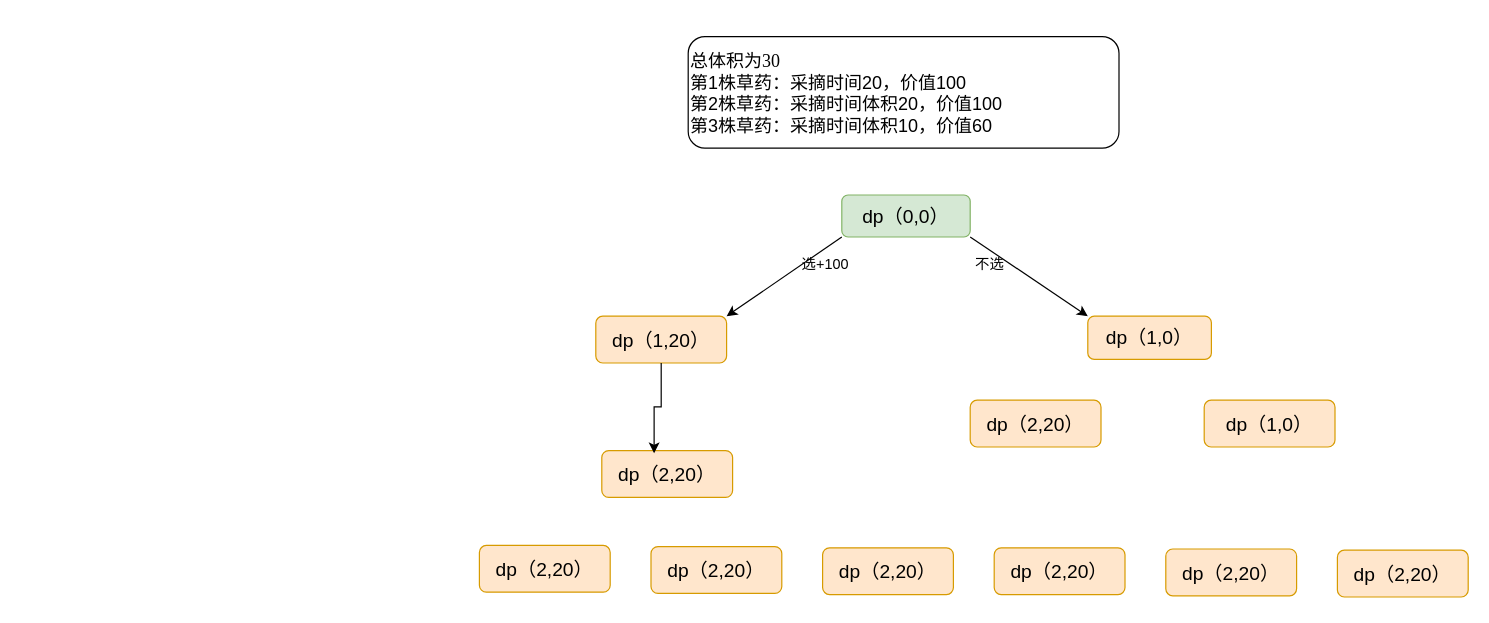
Earlier version of the draw.io diagram 20230624.drawio (1804040636/picgo). Source tidied: cells renumbered, new cells numbered last; positions are measured from the earlier drawing's top-left corner, leaving out a move shared by most shapes. Both pictures are drawn from the tidied source at 120%, with x=0, y=0 at pixel (479, 36).
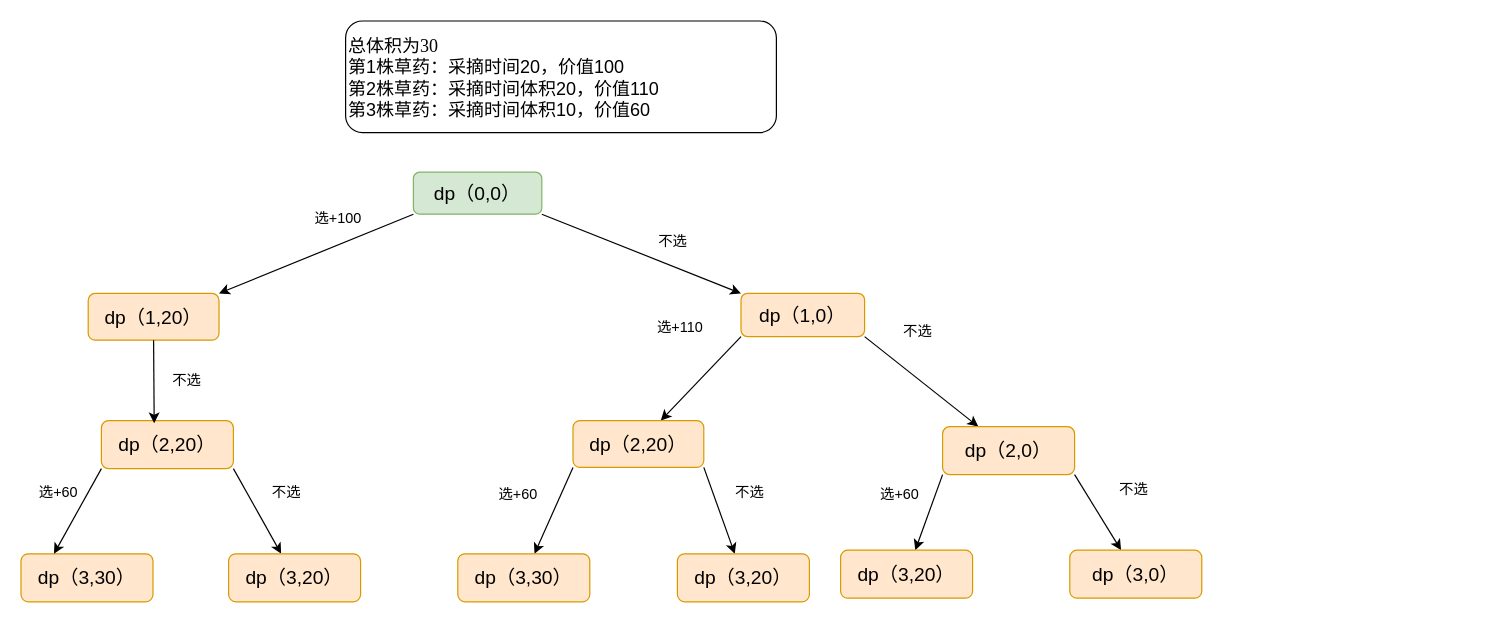
The same diagram, later.

What changed in the source:
```diff
@@
     <mxCell id="4" value="&lt;font style=&quot;font-size: 16px;&quot;&gt;dp（0,0）&lt;/font&gt;" style="rounded=1;whiteSpace=wrap;html=1;fillColor=#d5e8d4;strokeColor=#82b366;" parent="1" vertex="1">
-      <mxGeometry x="302" y="132" width="107" height="35" as="geometry" />
+      <mxGeometry x="-55" y="113" width="107" height="35" as="geometry" />
     </mxCell>
     <mxCell id="5" value="&lt;font style=&quot;font-size: 16px;&quot;&gt;dp（1,20）&lt;/font&gt;" style="rounded=1;whiteSpace=wrap;html=1;fillColor=#ffe6cc;strokeColor=#d79b00;" parent="1" vertex="1">
-      <mxGeometry x="97" y="233" width="109" height="39" as="geometry" />
+      <mxGeometry x="-326" y="214" width="109" height="39" as="geometry" />
     </mxCell>
+    <mxCell id="20" style="rounded=0;jettySize=auto;html=1;exitX=0;exitY=1;exitDx=0;exitDy=0;" parent="1" edge="1" source="6" target="11">
+      <mxGeometry relative="1" as="geometry" />
+    </mxCell>
+    <mxCell id="21" style="rounded=0;jettySize=auto;html=1;exitX=1;exitY=1;exitDx=0;exitDy=0;" parent="1" edge="1" source="6" target="12">
+      <mxGeometry relative="1" as="geometry" />
+    </mxCell>
     <mxCell id="6" value="&lt;font style=&quot;font-size: 16px;&quot;&gt;dp（1,0）&lt;/font&gt;" style="rounded=1;whiteSpace=wrap;html=1;fillColor=#ffe6cc;strokeColor=#d79b00;" parent="1" vertex="1">
-      <mxGeometry x="507" y="233" width="103" height="36" as="geometry" />
+      <mxGeometry x="218" y="214" width="103" height="36" as="geometry" />
     </mxCell>
-    <mxCell id="7" value="&lt;div&gt;&lt;font face=&quot;Times New Roman&quot;&gt;总体积为30&lt;/font&gt;&lt;/div&gt;&lt;font face=&quot;YaJ0R3QCzbP8KVSOE0K6&quot; style=&quot;font-size: 15px;&quot;&gt;第1株草药：采摘时间20，价值100&lt;br&gt;&lt;/font&gt;&lt;div style=&quot;font-size: 15px;&quot;&gt;&lt;font face=&quot;YaJ0R3QCzbP8KVSOE0K6&quot;&gt;&lt;span style=&quot;background-color: initial;&quot;&gt;第2株草药&lt;/span&gt;&lt;font style=&quot;font-size: 15px;&quot;&gt;：&lt;/font&gt;&lt;span style=&quot;background-color: initial;&quot;&gt;采摘时间&lt;/span&gt;&lt;span style=&quot;background-color: initial;&quot;&gt;体积20，价值100&lt;/span&gt;&lt;/font&gt;&lt;/div&gt;&lt;div style=&quot;font-size: 15px;&quot;&gt;&lt;font face=&quot;YaJ0R3QCzbP8KVSOE0K6&quot;&gt;&lt;span style=&quot;background-color: initial;&quot;&gt;第3株草药&lt;/span&gt;&lt;font style=&quot;font-size: 15px;&quot;&gt;：&lt;/font&gt;&lt;span style=&quot;background-color: initial;&quot;&gt;采摘时间&lt;/span&gt;&lt;span style=&quot;background-color: initial;&quot;&gt;体积10，价值60&lt;/span&gt;&lt;/font&gt;&lt;/div&gt;" style="rounded=1;whiteSpace=wrap;html=1;align=left;fontSize=15;" parent="1" vertex="1">
-      <mxGeometry x="174" width="359" height="93" as="geometry" />
+    <mxCell id="7" value="&lt;div&gt;&lt;font face=&quot;Times New Roman&quot;&gt;总体积为30&lt;/font&gt;&lt;/div&gt;&lt;font face=&quot;YaJ0R3QCzbP8KVSOE0K6&quot; style=&quot;font-size: 15px;&quot;&gt;第1株草药：采摘时间20，价值100&lt;br&gt;&lt;/font&gt;&lt;div style=&quot;font-size: 15px;&quot;&gt;&lt;font face=&quot;YaJ0R3QCzbP8KVSOE0K6&quot;&gt;&lt;span style=&quot;background-color: initial;&quot;&gt;第2株草药&lt;/span&gt;&lt;font style=&quot;font-size: 15px;&quot;&gt;：&lt;/font&gt;&lt;span style=&quot;background-color: initial;&quot;&gt;采摘时间&lt;/span&gt;&lt;span style=&quot;background-color: initial;&quot;&gt;体积20，价值110&lt;/span&gt;&lt;/font&gt;&lt;/div&gt;&lt;div style=&quot;font-size: 15px;&quot;&gt;&lt;font face=&quot;YaJ0R3QCzbP8KVSOE0K6&quot;&gt;&lt;span style=&quot;background-color: initial;&quot;&gt;第3株草药&lt;/span&gt;&lt;font style=&quot;font-size: 15px;&quot;&gt;：&lt;/font&gt;&lt;span style=&quot;background-color: initial;&quot;&gt;采摘时间&lt;/span&gt;&lt;span style=&quot;background-color: initial;&quot;&gt;体积10，价值60&lt;/span&gt;&lt;/font&gt;&lt;/div&gt;" style="rounded=1;whiteSpace=wrap;html=1;align=left;fontSize=15;" parent="1" vertex="1">
+      <mxGeometry x="-111.5" y="-13" width="359" height="93" as="geometry" />
     </mxCell>
     <mxCell id="8" value="选+100" style="text;html=1;align=center;verticalAlign=middle;strokeColor=none;fillColor=none;" parent="1" vertex="1">
-      <mxGeometry x="259" y="177" width="57" height="26" as="geometry" />
+      <mxGeometry x="-147" y="139" width="57" height="26" as="geometry" />
     </mxCell>
     <mxCell id="9" value="不选" style="text;html=1;align=center;verticalAlign=middle;strokeColor=none;fillColor=none;" parent="1" vertex="1">
-      <mxGeometry x="404" y="177" width="42" height="26" as="geometry" />
+      <mxGeometry x="140" y="158" width="42" height="26" as="geometry" />
     </mxCell>
+    <mxCell id="22" style="rounded=0;jettySize=auto;html=1;exitX=1;exitY=1;exitDx=0;exitDy=0;" parent="1" edge="1" source="10" target="15">
+      <mxGeometry relative="1" as="geometry" />
+    </mxCell>
     <mxCell id="10" value="&lt;font style=&quot;font-size: 16px;&quot;&gt;dp（2,20）&lt;/font&gt;" style="rounded=1;whiteSpace=wrap;html=1;fillColor=#ffe6cc;strokeColor=#d79b00;" parent="1" vertex="1">
-      <mxGeometry x="102" y="345" width="109" height="39" as="geometry" />
+      <mxGeometry x="-315" y="320" width="110" height="40" as="geometry" />
     </mxCell>
+    <mxCell id="23" style="rounded=0;jettySize=auto;html=1;exitX=0;exitY=1;exitDx=0;exitDy=0;" parent="1" edge="1" source="11" target="16">
+      <mxGeometry relative="1" as="geometry" />
+    </mxCell>
+    <mxCell id="24" style="rounded=0;jettySize=auto;html=1;exitX=1;exitY=1;exitDx=0;exitDy=0;" parent="1" edge="1" source="11" target="17">
+      <mxGeometry relative="1" as="geometry" />
+    </mxCell>
-    <mxCell id="11" value="&lt;font style=&quot;font-size: 16px;&quot;&gt;dp（2,20）&lt;/font&gt;" style="rounded=1;whiteSpace=wrap;html=1;fillColor=#ffe6cc;strokeColor=#d79b00;" parent="1" vertex="1">
-      <mxGeometry x="409" y="303" width="109" height="39" as="geometry" />
+    <mxCell id="11" value="&lt;font style=&quot;font-size: 16px;&quot;&gt;dp（2,20）&lt;/font&gt;" style="rounded=1;whiteSpace=wrap;html=1;fillColor=#ffe6cc;strokeColor=#d79b00;flipV=1;" parent="1" vertex="1">
+      <mxGeometry x="78" y="320" width="109" height="39" as="geometry" />
     </mxCell>
+    <mxCell id="25" style="rounded=0;jettySize=auto;html=1;exitX=0;exitY=1;exitDx=0;exitDy=0;" parent="1" edge="1" source="12" target="18">
+      <mxGeometry relative="1" as="geometry" />
+    </mxCell>
+    <mxCell id="26" style="rounded=0;jettySize=auto;html=1;exitX=1;exitY=1;exitDx=0;exitDy=0;" parent="1" edge="1" source="12" target="19">
+      <mxGeometry relative="1" as="geometry" />
+    </mxCell>
-    <mxCell id="12" value="&lt;font style=&quot;font-size: 16px;&quot;&gt;dp（1,0）&lt;/font&gt;" style="rounded=1;whiteSpace=wrap;html=1;fillColor=#ffe6cc;strokeColor=#d79b00;" parent="1" vertex="1">
-      <mxGeometry x="604" y="303" width="109" height="39" as="geometry" />
+    <mxCell id="12" value="&lt;font style=&quot;font-size: 16px;&quot;&gt;dp（2,0）&lt;/font&gt;" style="rounded=1;whiteSpace=wrap;html=1;fillColor=#ffe6cc;strokeColor=#d79b00;flipV=1;" parent="1" vertex="1">
+      <mxGeometry x="386" y="325" width="110" height="40" as="geometry" />
     </mxCell>
-    <mxCell id="13" style="edgeStyle=orthogonalEdgeStyle;rounded=0;jettySize=auto;html=1;exitX=0.5;exitY=1;exitDx=0;exitDy=0;entryX=0.4;entryY=0.056;entryDx=0;entryDy=0;entryPerimeter=0;" parent="1" edge="1" source="5" target="10">
+    <mxCell id="13" style="rounded=0;jettySize=auto;html=1;exitX=0.5;exitY=1;exitDx=0;exitDy=0;entryX=0.4;entryY=0.056;entryDx=0;entryDy=0;entryPerimeter=0;" parent="1" edge="1" source="5" target="10">
       <mxGeometry relative="1" as="geometry" />
     </mxCell>
+    <mxCell id="27" value="不选" style="text;html=1;align=center;verticalAlign=middle;strokeColor=none;fillColor=none;" parent="1" vertex="1">
+      <mxGeometry x="-265" y="274" width="42" height="26" as="geometry" />
+    </mxCell>
-    <mxCell id="14" value="&lt;font style=&quot;font-size: 16px;&quot;&gt;dp（2,20）&lt;/font&gt;" style="rounded=1;whiteSpace=wrap;html=1;fillColor=#ffe6cc;strokeColor=#d79b00;" parent="1" vertex="1">
-      <mxGeometry y="424" width="109" height="39" as="geometry" />
+    <mxCell id="14" value="&lt;font style=&quot;font-size: 16px;&quot;&gt;dp（3,30）&lt;/font&gt;" style="rounded=1;whiteSpace=wrap;html=1;fillColor=#ffe6cc;strokeColor=#d79b00;align=center;flipH=1;flipV=1;" parent="1" vertex="1">
+      <mxGeometry x="-382" y="431" width="110" height="40" as="geometry" />
     </mxCell>
-    <mxCell id="15" value="&lt;font style=&quot;font-size: 16px;&quot;&gt;dp（2,20）&lt;/font&gt;" style="rounded=1;whiteSpace=wrap;html=1;fillColor=#ffe6cc;strokeColor=#d79b00;" parent="1" vertex="1">
-      <mxGeometry x="143" y="425" width="109" height="39" as="geometry" />
+    <mxCell id="15" value="&lt;font style=&quot;font-size: 16px;&quot;&gt;dp（3,20）&lt;/font&gt;" style="rounded=1;whiteSpace=wrap;html=1;fillColor=#ffe6cc;strokeColor=#d79b00;align=center;flipH=1;flipV=1;" parent="1" vertex="1">
+      <mxGeometry x="-209" y="431" width="110" height="40" as="geometry" />
     </mxCell>
-    <mxCell id="16" value="&lt;font style=&quot;font-size: 16px;&quot;&gt;dp（2,20）&lt;/font&gt;" style="rounded=1;whiteSpace=wrap;html=1;fillColor=#ffe6cc;strokeColor=#d79b00;" parent="1" vertex="1">
-      <mxGeometry x="286" y="426" width="109" height="39" as="geometry" />
+    <mxCell id="16" value="&lt;font style=&quot;font-size: 16px;&quot;&gt;dp（3,30）&lt;/font&gt;" style="rounded=1;whiteSpace=wrap;html=1;fillColor=#ffe6cc;strokeColor=#d79b00;align=center;flipH=1;flipV=1;" parent="1" vertex="1">
+      <mxGeometry x="-18" y="431" width="110" height="40" as="geometry" />
     </mxCell>
-    <mxCell id="17" value="&lt;font style=&quot;font-size: 16px;&quot;&gt;dp（2,20）&lt;/font&gt;" style="rounded=1;whiteSpace=wrap;html=1;fillColor=#ffe6cc;strokeColor=#d79b00;" parent="1" vertex="1">
-      <mxGeometry x="429" y="426" width="109" height="39" as="geometry" />
+    <mxCell id="17" value="&lt;font style=&quot;font-size: 16px;&quot;&gt;dp（3,20）&lt;/font&gt;" style="rounded=1;whiteSpace=wrap;html=1;fillColor=#ffe6cc;strokeColor=#d79b00;align=center;flipH=1;flipV=1;" parent="1" vertex="1">
+      <mxGeometry x="165" y="431" width="110" height="40" as="geometry" />
     </mxCell>
-    <mxCell id="18" value="&lt;font style=&quot;font-size: 16px;&quot;&gt;dp（2,20）&lt;/font&gt;" style="rounded=1;whiteSpace=wrap;html=1;fillColor=#ffe6cc;strokeColor=#d79b00;" parent="1" vertex="1">
-      <mxGeometry x="572" y="427" width="109" height="39" as="geometry" />
+    <mxCell id="18" value="&lt;font style=&quot;font-size: 16px;&quot;&gt;dp（3,20）&lt;/font&gt;" style="rounded=1;whiteSpace=wrap;html=1;fillColor=#ffe6cc;strokeColor=#d79b00;align=center;flipH=1;flipV=1;" parent="1" vertex="1">
+      <mxGeometry x="301" y="428" width="110" height="40" as="geometry" />
     </mxCell>
-    <mxCell id="19" value="&lt;font style=&quot;font-size: 16px;&quot;&gt;dp（2,20）&lt;/font&gt;" style="rounded=1;whiteSpace=wrap;html=1;fillColor=#ffe6cc;strokeColor=#d79b00;" parent="1" vertex="1">
-      <mxGeometry x="715" y="428" width="109" height="39" as="geometry" />
+    <mxCell id="19" value="&lt;font style=&quot;font-size: 16px;&quot;&gt;dp（3,0）&lt;/font&gt;" style="rounded=1;whiteSpace=wrap;html=1;fillColor=#ffe6cc;strokeColor=#d79b00;align=center;flipH=1;flipV=1;" parent="1" vertex="1">
+      <mxGeometry x="492" y="428" width="110" height="40" as="geometry" />
     </mxCell>
+    <mxCell id="28" value="选+110" style="text;html=1;align=center;verticalAlign=middle;strokeColor=none;fillColor=none;" parent="1" vertex="1">
+      <mxGeometry x="139" y="230" width="56" height="26" as="geometry" />
+    </mxCell>
+    <mxCell id="29" value="不选" style="text;html=1;align=center;verticalAlign=middle;strokeColor=none;fillColor=none;" parent="1" vertex="1">
+      <mxGeometry x="344" y="233" width="42" height="26" as="geometry" />
+    </mxCell>
+    <mxCell id="30" style="rounded=0;jettySize=auto;html=1;exitX=0;exitY=1;exitDx=0;exitDy=0;entryX=0.25;entryY=0;entryDx=0;entryDy=0;" parent="1" edge="1" source="10" target="14">
+      <mxGeometry relative="1" as="geometry" />
+    </mxCell>
+    <mxCell id="31" value="选+60" style="text;html=1;align=center;verticalAlign=middle;strokeColor=none;fillColor=none;flipV=1;" parent="1" vertex="1">
+      <mxGeometry x="-376" y="367" width="50" height="26" as="geometry" />
+    </mxCell>
+    <mxCell id="32" value="不选" style="text;html=1;align=center;verticalAlign=middle;strokeColor=none;fillColor=none;flipV=1;" parent="1" vertex="1">
+      <mxGeometry x="-182" y="367" width="42" height="26" as="geometry" />
+    </mxCell>
+    <mxCell id="33" value="选+60" style="text;html=1;align=center;verticalAlign=middle;strokeColor=none;fillColor=none;flipV=1;" parent="1" vertex="1">
+      <mxGeometry x="7" y="369" width="50" height="26" as="geometry" />
+    </mxCell>
+    <mxCell id="34" value="选+60" style="text;html=1;align=center;verticalAlign=middle;strokeColor=none;fillColor=none;flipV=1;" parent="1" vertex="1">
+      <mxGeometry x="325" y="369" width="50" height="26" as="geometry" />
+    </mxCell>
+    <mxCell id="35" value="不选" style="text;html=1;align=center;verticalAlign=middle;strokeColor=none;fillColor=none;flipV=1;" parent="1" vertex="1">
+      <mxGeometry x="204" y="367" width="42" height="26" as="geometry" />
+    </mxCell>
+    <mxCell id="36" value="不选" style="text;html=1;align=center;verticalAlign=middle;strokeColor=none;fillColor=none;flipV=1;" parent="1" vertex="1">
+      <mxGeometry x="524" y="365" width="42" height="26" as="geometry" />
+    </mxCell>
```
